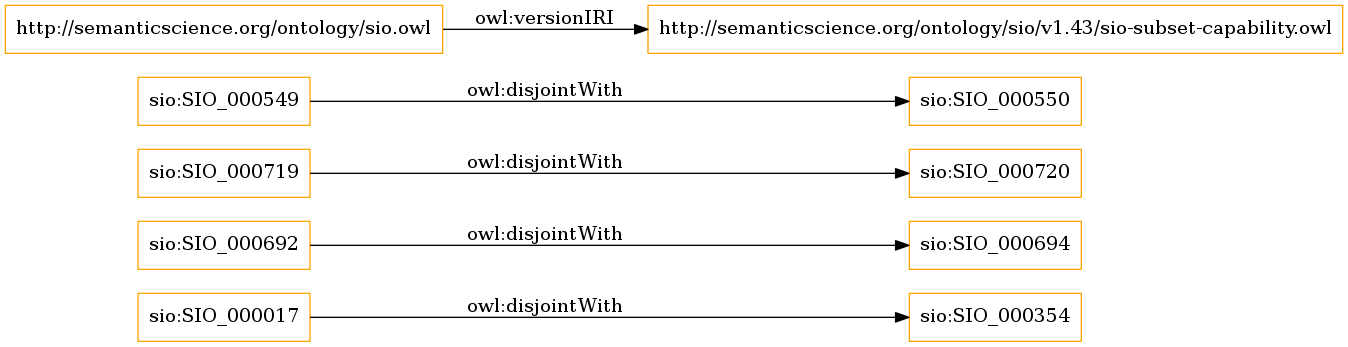
This is OnToology/ontology/sio/release/sio-subset-capability.owl/diagrams/ar2dtool-class/sio-subset-capability.owl.png from MaastrichtU-IDS/semanticscience, a Graphviz export, as it was before one commit. Its source is kept beside it as OnToology/ontology/sio/release/sio-subset-capability.owl/diagrams/ar2dtool-class/sio-subset-capability.owl.png.dot. Its diagram source:
```dot
digraph ar2dtool_diagram {
rankdir=LR;
size="1501"
node [shape = rectangle, color="orange"]; "sio:SIO_000354" "sio:SIO_000692" "sio:SIO_000017" "sio:SIO_000719" "sio:SIO_000550" "sio:SIO_000549" "sio:SIO_000720" "sio:SIO_000694" ; /*classes style*/
	"sio:SIO_000549" -> "sio:SIO_000550" [ label = "owl:disjointWith" ];
	"http://semanticscience.org/ontology/sio.owl" -> "http://semanticscience.org/ontology/sio/v1.43/sio-subset-capability.owl" [ label = "owl:versionIRI" ];
	"sio:SIO_000719" -> "sio:SIO_000720" [ label = "owl:disjointWith" ];
	"sio:SIO_000017" -> "sio:SIO_000354" [ label = "owl:disjointWith" ];
	"sio:SIO_000692" -> "sio:SIO_000694" [ label = "owl:disjointWith" ];

}
```
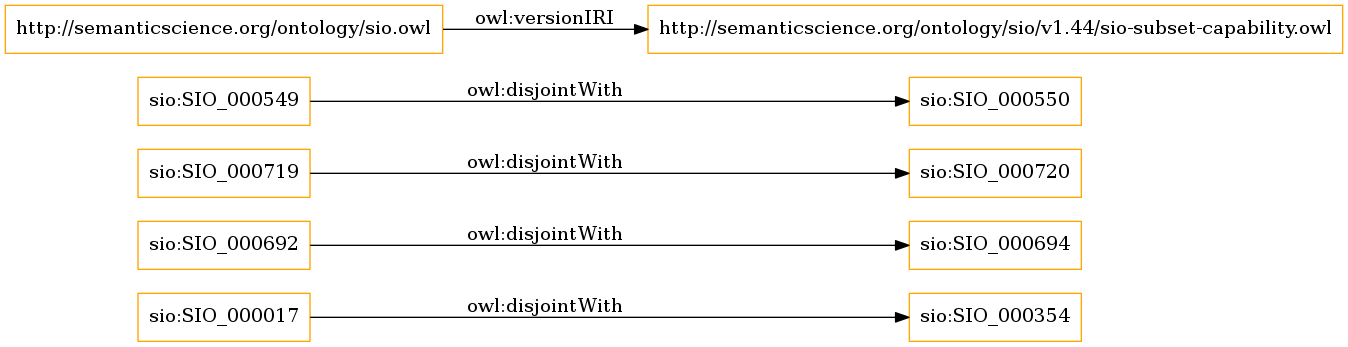
The same diagram one commit later.

What changed in the source:
```diff
@@ -3,7 +3,7 @@
 size="1501"
 node [shape = rectangle, color="orange"]; "sio:SIO_000354" "sio:SIO_000692" "sio:SIO_000017" "sio:SIO_000719" "sio:SIO_000550" "sio:SIO_000549" "sio:SIO_000720" "sio:SIO_000694" ; /*classes style*/
 	"sio:SIO_000549" -> "sio:SIO_000550" [ label = "owl:disjointWith" ];
-	"http://semanticscience.org/ontology/sio.owl" -> "http://semanticscience.org/ontology/sio/v1.43/sio-subset-capability.owl" [ label = "owl:versionIRI" ];
+	"http://semanticscience.org/ontology/sio.owl" -> "http://semanticscience.org/ontology/sio/v1.44/sio-subset-capability.owl" [ label = "owl:versionIRI" ];
 	"sio:SIO_000719" -> "sio:SIO_000720" [ label = "owl:disjointWith" ];
 	"sio:SIO_000017" -> "sio:SIO_000354" [ label = "owl:disjointWith" ];
 	"sio:SIO_000692" -> "sio:SIO_000694" [ label = "owl:disjointWith" ];
```
